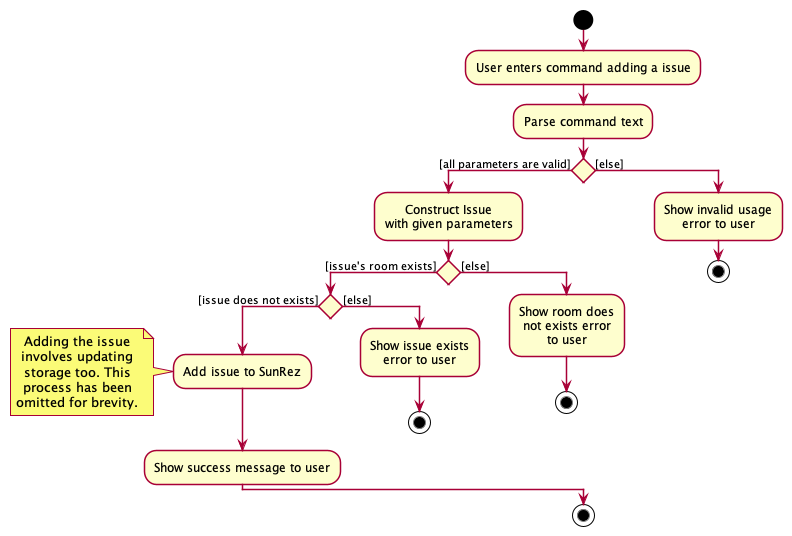
Earlier version of the PlantUML export docs/images/issue/AddIssueCommandActivityDiagram.png (nus-cs2103-AY2021S2/tp).
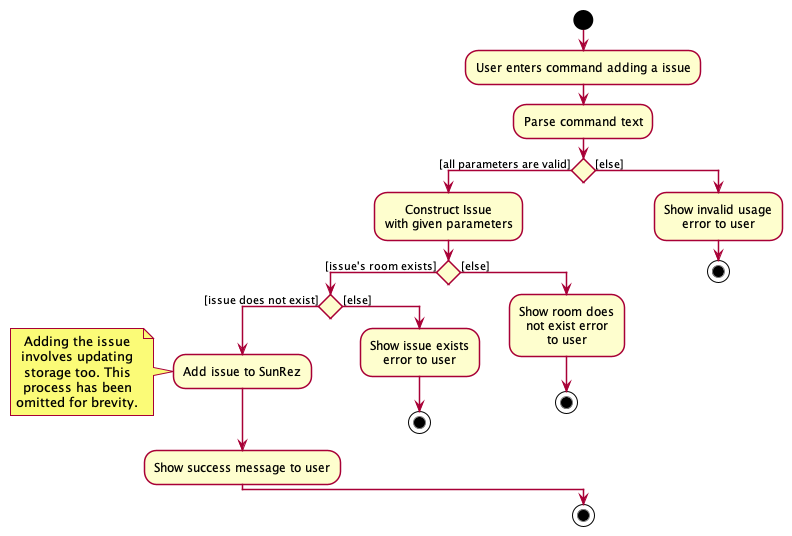
Above is the later version.

Commit message:
Docs(Issue): Fix issue typos in DG

The edit, as a diff of the source:
```diff
@@ -7,7 +7,7 @@
     :Construct Issue
     with given parameters;
     if () then ([issue's room exists])
-        if () then ([issue does not exists])
+        if () then ([issue does not exist])
             :Add issue to SunRez;
             note left
             Adding the issue
@@ -24,7 +24,7 @@
         endif
     else ([else])
         :Show room does
-        not exists error
+        not exist error
         to user;
         stop
     endif
```
